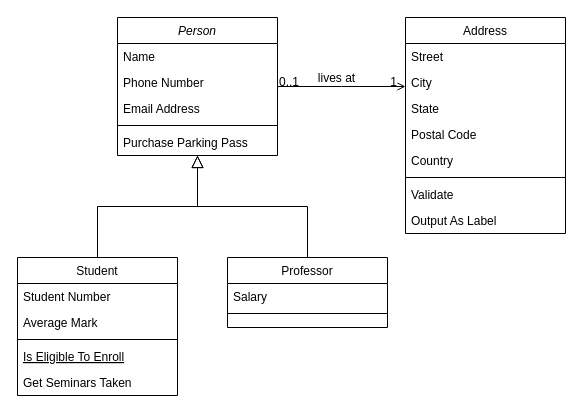
chiarab22/Elpseudocodigo keeps this draw.io diagram as Ejercicio 1/Valores de las variables_UML.drawio. Above is the earlier version. Source tidied: cells renumbered, new cells numbered last; positions are measured from the earlier drawing's top-left corner, leaving out a move shared by most shapes. Both pictures are drawn from the tidied source at 100%, with x=0, y=0 at pixel (17, 17).
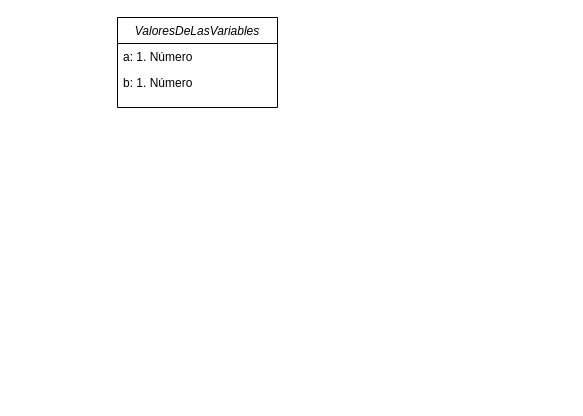
The same page after the edit.

The edit, as a diff of the source:
```diff
@@
-    <mxCell id="2" value="Person" style="swimlane;fontStyle=2;align=center;verticalAlign=top;horizontal=1;startSize=26;rounded=0;shadow=0;strokeWidth=1;" parent="1" vertex="1">
-      <mxGeometry x="100" width="160" height="138" as="geometry" />
+    <mxCell id="2" value="ValoresDeLasVariables" style="swimlane;fontStyle=2;align=center;verticalAlign=top;horizontal=1;startSize=26;rounded=0;shadow=0;strokeWidth=1;" parent="1" vertex="1">
+      <mxGeometry x="100" width="160" height="90" as="geometry" />
     </mxCell>
-    <mxCell id="3" value="Name" style="text;align=left;verticalAlign=top;spacingLeft=4;spacingRight=4;overflow=hidden;" parent="2" vertex="1">
+    <mxCell id="3" value="a: 1. Número" style="text;align=left;verticalAlign=top;spacingLeft=4;spacingRight=4;overflow=hidden;" parent="2" vertex="1">
       <mxGeometry y="26" width="160" height="26" as="geometry" />
     </mxCell>
-    <mxCell id="4" value="Phone Number" style="text;align=left;verticalAlign=top;spacingLeft=4;spacingRight=4;overflow=hidden;rounded=0;shadow=0;html=0;" parent="2" vertex="1">
+    <mxCell id="4" value="b: 1. Número" style="text;align=left;verticalAlign=top;spacingLeft=4;spacingRight=4;overflow=hidden;rounded=0;shadow=0;html=0;" parent="2" vertex="1">
       <mxGeometry y="52" width="160" height="26" as="geometry" />
     </mxCell>
-    <mxCell id="5" value="Email Address" style="text;align=left;verticalAlign=top;spacingLeft=4;spacingRight=4;overflow=hidden;rounded=0;shadow=0;html=0;" parent="2" vertex="1">
-      <mxGeometry y="78" width="160" height="26" as="geometry" />
-    </mxCell>
-    <mxCell id="6" style="line;html=1;strokeWidth=1;align=left;verticalAlign=middle;spacingTop=-1;spacingLeft=3;spacingRight=3;labelPosition=right;" parent="2" vertex="1">
-      <mxGeometry y="104" width="160" height="8" as="geometry" />
-    </mxCell>
-    <mxCell id="7" value="Purchase Parking Pass" style="text;align=left;verticalAlign=top;spacingLeft=4;spacingRight=4;overflow=hidden;" parent="2" vertex="1">
-      <mxGeometry y="112" width="160" height="26" as="geometry" />
-    </mxCell>
-    <mxCell id="8" value="Student" style="swimlane;fontStyle=0;align=center;verticalAlign=top;horizontal=1;startSize=26;rounded=0;shadow=0;strokeWidth=1;" parent="1" vertex="1">
-      <mxGeometry y="240" width="160" height="138" as="geometry" />
-    </mxCell>
-    <mxCell id="9" value="Student Number" style="text;align=left;verticalAlign=top;spacingLeft=4;spacingRight=4;overflow=hidden;" parent="8" vertex="1">
-      <mxGeometry y="26" width="160" height="26" as="geometry" />
-    </mxCell>
-    <mxCell id="10" value="Average Mark" style="text;align=left;verticalAlign=top;spacingLeft=4;spacingRight=4;overflow=hidden;rounded=0;shadow=0;html=0;" parent="8" vertex="1">
-      <mxGeometry y="52" width="160" height="26" as="geometry" />
-    </mxCell>
-    <mxCell id="11" style="line;html=1;strokeWidth=1;align=left;verticalAlign=middle;spacingTop=-1;spacingLeft=3;spacingRight=3;labelPosition=right;" parent="8" vertex="1">
-      <mxGeometry y="78" width="160" height="8" as="geometry" />
-    </mxCell>
-    <mxCell id="12" value="Is Eligible To Enroll" style="text;align=left;verticalAlign=top;spacingLeft=4;spacingRight=4;overflow=hidden;fontStyle=4;" parent="8" vertex="1">
-      <mxGeometry y="86" width="160" height="26" as="geometry" />
-    </mxCell>
-    <mxCell id="13" value="Get Seminars Taken" style="text;align=left;verticalAlign=top;spacingLeft=4;spacingRight=4;overflow=hidden;" parent="8" vertex="1">
-      <mxGeometry y="112" width="160" height="26" as="geometry" />
-    </mxCell>
-    <mxCell id="14" style="endArrow=block;endSize=10;endFill=0;shadow=0;strokeWidth=1;rounded=0;edgeStyle=elbowEdgeStyle;elbow=vertical;" parent="1" edge="1" source="8" target="2">
-      <mxGeometry relative="1" as="geometry" />
-    </mxCell>
-    <mxCell id="15" value="Professor" style="swimlane;fontStyle=0;align=center;verticalAlign=top;horizontal=1;startSize=26;rounded=0;shadow=0;strokeWidth=1;" parent="1" vertex="1">
-      <mxGeometry x="210" y="240" width="160" height="70" as="geometry" />
-    </mxCell>
-    <mxCell id="16" value="Salary" style="text;align=left;verticalAlign=top;spacingLeft=4;spacingRight=4;overflow=hidden;" parent="15" vertex="1">
-      <mxGeometry y="26" width="160" height="26" as="geometry" />
-    </mxCell>
-    <mxCell id="17" style="line;html=1;strokeWidth=1;align=left;verticalAlign=middle;spacingTop=-1;spacingLeft=3;spacingRight=3;labelPosition=right;" parent="15" vertex="1">
-      <mxGeometry y="52" width="160" height="8" as="geometry" />
-    </mxCell>
-    <mxCell id="18" style="endArrow=block;endSize=10;endFill=0;shadow=0;strokeWidth=1;rounded=0;edgeStyle=elbowEdgeStyle;elbow=vertical;" parent="1" edge="1" source="15" target="2">
-      <mxGeometry relative="1" as="geometry" />
-    </mxCell>
-    <mxCell id="19" value="Address" style="swimlane;fontStyle=0;align=center;verticalAlign=top;horizontal=1;startSize=26;rounded=0;shadow=0;strokeWidth=1;" parent="1" vertex="1">
-      <mxGeometry x="388" width="160" height="216" as="geometry" />
-    </mxCell>
-    <mxCell id="20" value="Street" style="text;align=left;verticalAlign=top;spacingLeft=4;spacingRight=4;overflow=hidden;" parent="19" vertex="1">
-      <mxGeometry y="26" width="160" height="26" as="geometry" />
-    </mxCell>
-    <mxCell id="21" value="City" style="text;align=left;verticalAlign=top;spacingLeft=4;spacingRight=4;overflow=hidden;rounded=0;shadow=0;html=0;" parent="19" vertex="1">
-      <mxGeometry y="52" width="160" height="26" as="geometry" />
-    </mxCell>
-    <mxCell id="22" value="State" style="text;align=left;verticalAlign=top;spacingLeft=4;spacingRight=4;overflow=hidden;rounded=0;shadow=0;html=0;" parent="19" vertex="1">
-      <mxGeometry y="78" width="160" height="26" as="geometry" />
-    </mxCell>
-    <mxCell id="23" value="Postal Code" style="text;align=left;verticalAlign=top;spacingLeft=4;spacingRight=4;overflow=hidden;rounded=0;shadow=0;html=0;" parent="19" vertex="1">
-      <mxGeometry y="104" width="160" height="26" as="geometry" />
-    </mxCell>
-    <mxCell id="24" value="Country" style="text;align=left;verticalAlign=top;spacingLeft=4;spacingRight=4;overflow=hidden;rounded=0;shadow=0;html=0;" parent="19" vertex="1">
-      <mxGeometry y="130" width="160" height="26" as="geometry" />
-    </mxCell>
-    <mxCell id="25" style="line;html=1;strokeWidth=1;align=left;verticalAlign=middle;spacingTop=-1;spacingLeft=3;spacingRight=3;labelPosition=right;" parent="19" vertex="1">
-      <mxGeometry y="156" width="160" height="8" as="geometry" />
-    </mxCell>
-    <mxCell id="26" value="Validate" style="text;align=left;verticalAlign=top;spacingLeft=4;spacingRight=4;overflow=hidden;" parent="19" vertex="1">
-      <mxGeometry y="164" width="160" height="26" as="geometry" />
-    </mxCell>
-    <mxCell id="27" value="Output As Label" style="text;align=left;verticalAlign=top;spacingLeft=4;spacingRight=4;overflow=hidden;" parent="19" vertex="1">
-      <mxGeometry y="190" width="160" height="26" as="geometry" />
-    </mxCell>
-    <mxCell id="28" style="endArrow=open;shadow=0;strokeWidth=1;rounded=0;endFill=1;edgeStyle=elbowEdgeStyle;elbow=vertical;" parent="1" edge="1" source="2" target="19">
-      <mxGeometry x="0.5" y="41" relative="1" as="geometry">
-        <mxPoint x="-40" y="32" as="offset" />
-      </mxGeometry>
-    </mxCell>
-    <mxCell id="29" value="0..1" style="align=left;verticalAlign=bottom;labelBackgroundColor=none;fontSize=12;" parent="28" vertex="1">
-      <mxGeometry x="-1" relative="1" as="geometry">
-        <mxPoint y="4" as="offset" />
-      </mxGeometry>
-    </mxCell>
-    <mxCell id="30" value="1" style="align=right;verticalAlign=bottom;labelBackgroundColor=none;fontSize=12;" parent="28" vertex="1">
-      <mxGeometry x="1" relative="1" as="geometry">
-        <mxPoint x="-7" y="4" as="offset" />
-      </mxGeometry>
-    </mxCell>
-    <mxCell id="31" value="lives at" style="text;html=1;align=center;verticalAlign=middle;labelBackgroundColor=none;rounded=0;shadow=0;strokeWidth=1;fontSize=12;" parent="28" vertex="1">
-      <mxGeometry x="0.5" y="49" relative="1" as="geometry">
-        <mxPoint x="-38" y="40" as="offset" />
-      </mxGeometry>
-    </mxCell>
```
